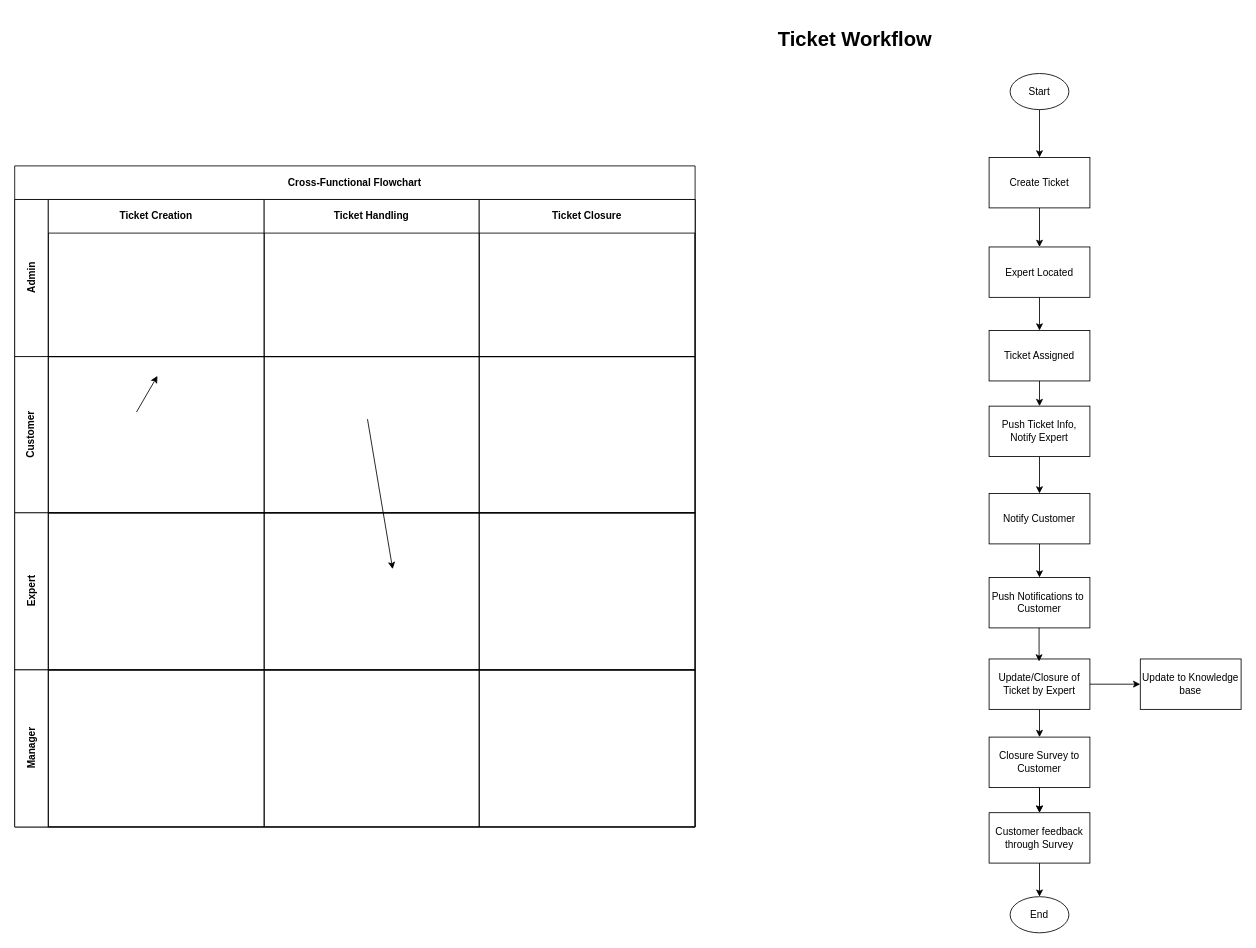
tekiegirl/TheMadKatas keeps this draw.io diagram as page "Ticket_Workflow" (2 of 2) of 1.ProblemBackground/Personas.drawio. Above is the earlier version. Source tidied: cells renumbered, new cells numbered last; positions are measured from the earlier drawing's top-left corner, leaving out a move shared by most shapes. Both pictures are drawn from the tidied source at 84%, with x=0, y=0 at pixel (14, 23).
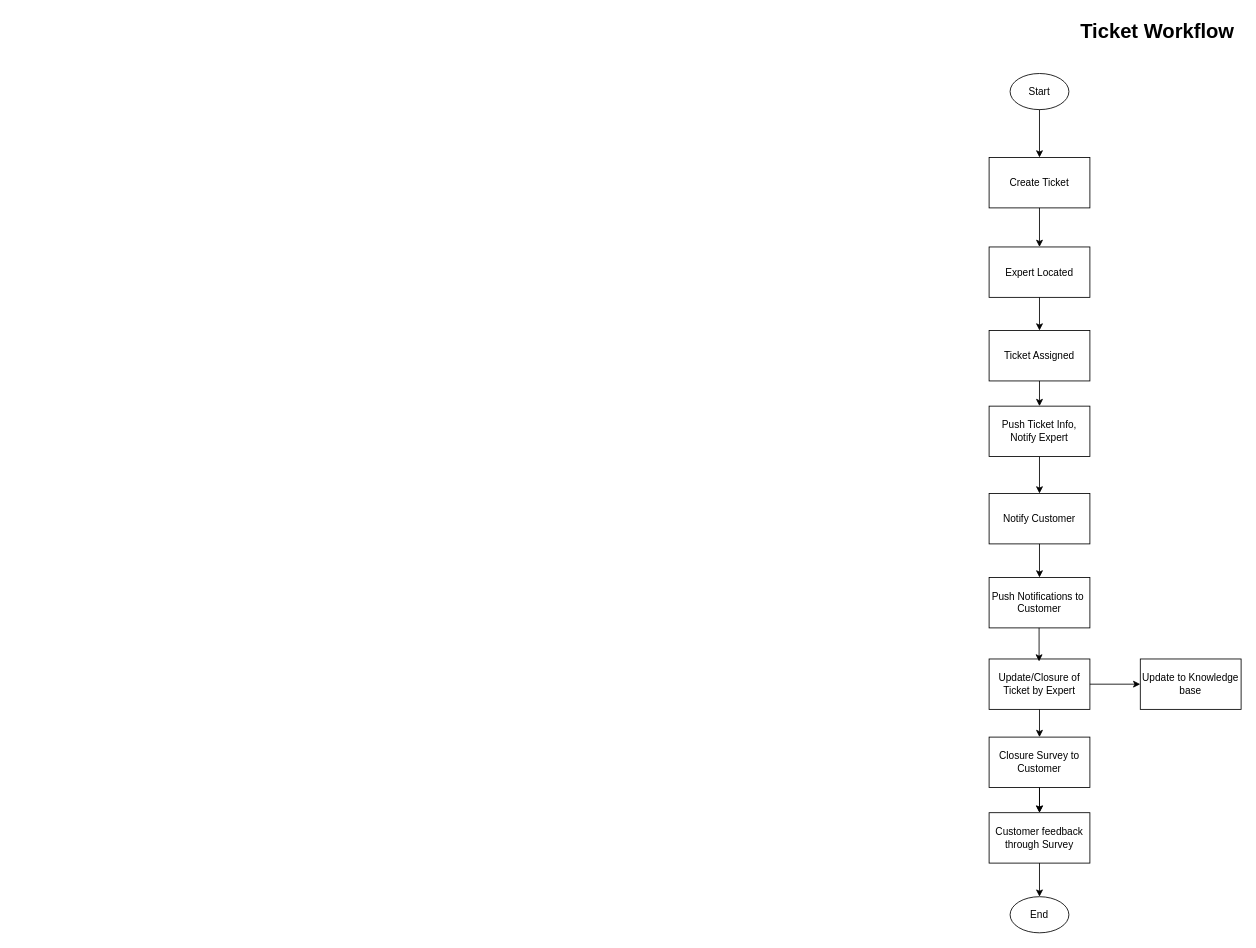
After the change.

The edit, as a diff of the source:
```diff
@@
-    <mxCell id="2" value="Cross-Functional Flowchart" style="shape=table;childLayout=tableLayout;rowLines=0;columnLines=0;startSize=40;html=1;whiteSpace=wrap;fontStyle=1;align=center;" parent="1" vertex="1">
-      <mxGeometry y="170" width="810" height="787" as="geometry" />
-    </mxCell>
-    <mxCell id="3" value="Admin" style="swimlane;horizontal=0;startSize=40;html=1;whiteSpace=wrap;fontStyle=1;" parent="2" vertex="1">
-      <mxGeometry y="40" width="810" height="187" as="geometry" />
-    </mxCell>
-    <mxCell id="4" value="Ticket Creation" style="swimlane;startSize=40;html=1;whiteSpace=wrap;" parent="3" vertex="1">
-      <mxGeometry x="40" width="257" height="187" as="geometry" />
-    </mxCell>
-    <mxCell id="5" value="Ticket Handling" style="swimlane;startSize=40;html=1;whiteSpace=wrap;" parent="3" vertex="1">
-      <mxGeometry x="297" width="256" height="187" as="geometry" />
-    </mxCell>
-    <mxCell id="6" value="Ticket Closure" style="swimlane;startSize=40;html=1;whiteSpace=wrap;" parent="3" vertex="1">
-      <mxGeometry x="553" width="257" height="187" as="geometry" />
-    </mxCell>
-    <mxCell id="7" value="Customer" style="swimlane;horizontal=0;startSize=40;html=1;whiteSpace=wrap;" parent="2" vertex="1">
-      <mxGeometry y="227" width="810" height="186" as="geometry" />
-    </mxCell>
-    <mxCell id="8" style="swimlane;startSize=0;html=1;whiteSpace=wrap;" parent="7" vertex="1">
-      <mxGeometry x="40" width="257" height="186" as="geometry" />
-    </mxCell>
-    <mxCell id="9" style="endArrow=classic;html=1;entryX=0.5;entryY=0;entryDx=0;entryDy=0;exitX=0.5;exitY=1;exitDx=0;exitDy=0;" parent="8" edge="1">
-      <mxGeometry relative="1" as="geometry">
-        <mxPoint x="105" y="66" as="sourcePoint" />
-        <mxPoint x="130" y="23" as="targetPoint" />
-      </mxGeometry>
-    </mxCell>
-    <mxCell id="10" style="swimlane;startSize=0;html=1;whiteSpace=wrap;" parent="7" vertex="1">
-      <mxGeometry x="297" width="256" height="186" as="geometry" />
-    </mxCell>
-    <mxCell id="11" style="endArrow=classic;html=1;entryX=0.5;entryY=0;entryDx=0;entryDy=0;" parent="10" edge="1">
-      <mxGeometry relative="1" as="geometry">
-        <mxPoint x="123" y="74.5" as="sourcePoint" />
-        <mxPoint x="153" y="253" as="targetPoint" />
-      </mxGeometry>
-    </mxCell>
-    <mxCell id="12" style="swimlane;startSize=0;html=1;whiteSpace=wrap;" parent="7" vertex="1">
-      <mxGeometry x="553" width="257" height="186" as="geometry" />
-    </mxCell>
-    <mxCell id="13" value="Expert" style="swimlane;horizontal=0;startSize=40;html=1;whiteSpace=wrap;" parent="2" vertex="1">
-      <mxGeometry y="413" width="810" height="187" as="geometry" />
-    </mxCell>
-    <mxCell id="14" style="swimlane;startSize=0;html=1;whiteSpace=wrap;" parent="13" vertex="1">
-      <mxGeometry x="40" width="257" height="187" as="geometry" />
-    </mxCell>
-    <mxCell id="15" style="swimlane;startSize=0;html=1;whiteSpace=wrap;" parent="13" vertex="1">
-      <mxGeometry x="297" width="256" height="187" as="geometry" />
-    </mxCell>
-    <mxCell id="16" style="swimlane;startSize=0;html=1;whiteSpace=wrap;" parent="13" vertex="1">
-      <mxGeometry x="553" width="257" height="187" as="geometry" />
-    </mxCell>
-    <mxCell id="17" value="Manager" style="swimlane;horizontal=0;startSize=40;html=1;whiteSpace=wrap;" parent="2" vertex="1">
-      <mxGeometry y="600" width="810" height="187" as="geometry" />
-    </mxCell>
-    <mxCell id="18" style="swimlane;startSize=0;html=1;whiteSpace=wrap;" parent="17" vertex="1">
-      <mxGeometry x="40" width="257" height="187" as="geometry" />
-    </mxCell>
-    <mxCell id="19" style="swimlane;startSize=0;html=1;whiteSpace=wrap;" parent="17" vertex="1">
-      <mxGeometry x="297" width="256" height="187" as="geometry" />
-    </mxCell>
-    <mxCell id="20" style="swimlane;startSize=0;html=1;whiteSpace=wrap;" parent="17" vertex="1">
-      <mxGeometry x="553" width="257" height="187" as="geometry" />
-    </mxCell>
@@
     <mxCell id="45" value="Ticket Workflow" style="text;strokeColor=none;fillColor=none;html=1;fontSize=24;fontStyle=1;verticalAlign=middle;align=center;" parent="1" vertex="1">
-      <mxGeometry x="950" width="100" height="40" as="geometry" />
+      <mxGeometry x="1310" y="-10" width="100" height="40" as="geometry" />
     </mxCell>
```
